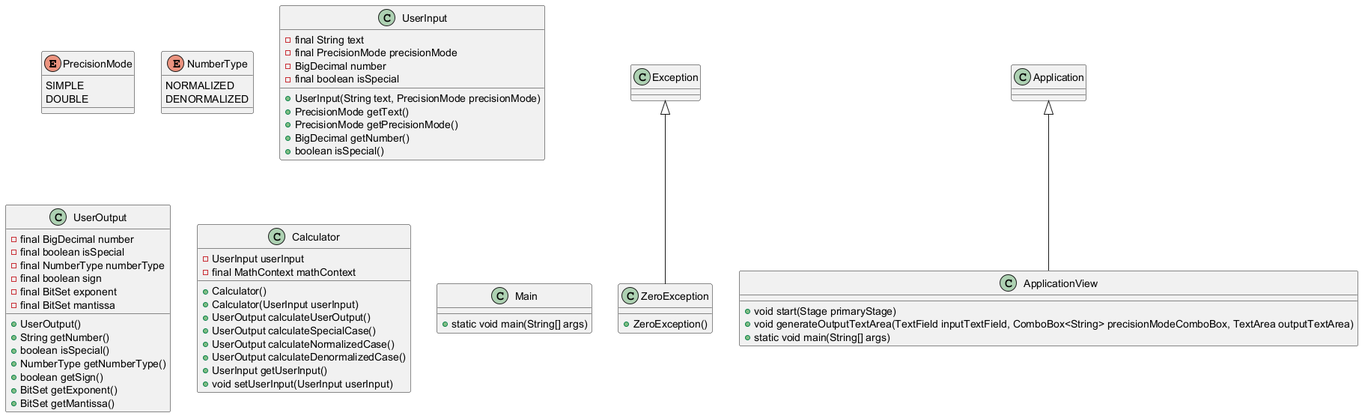
This is build/resources/main/uml.png from Jiuso1/easyP754, a PlantUML export, as it was before one commit.
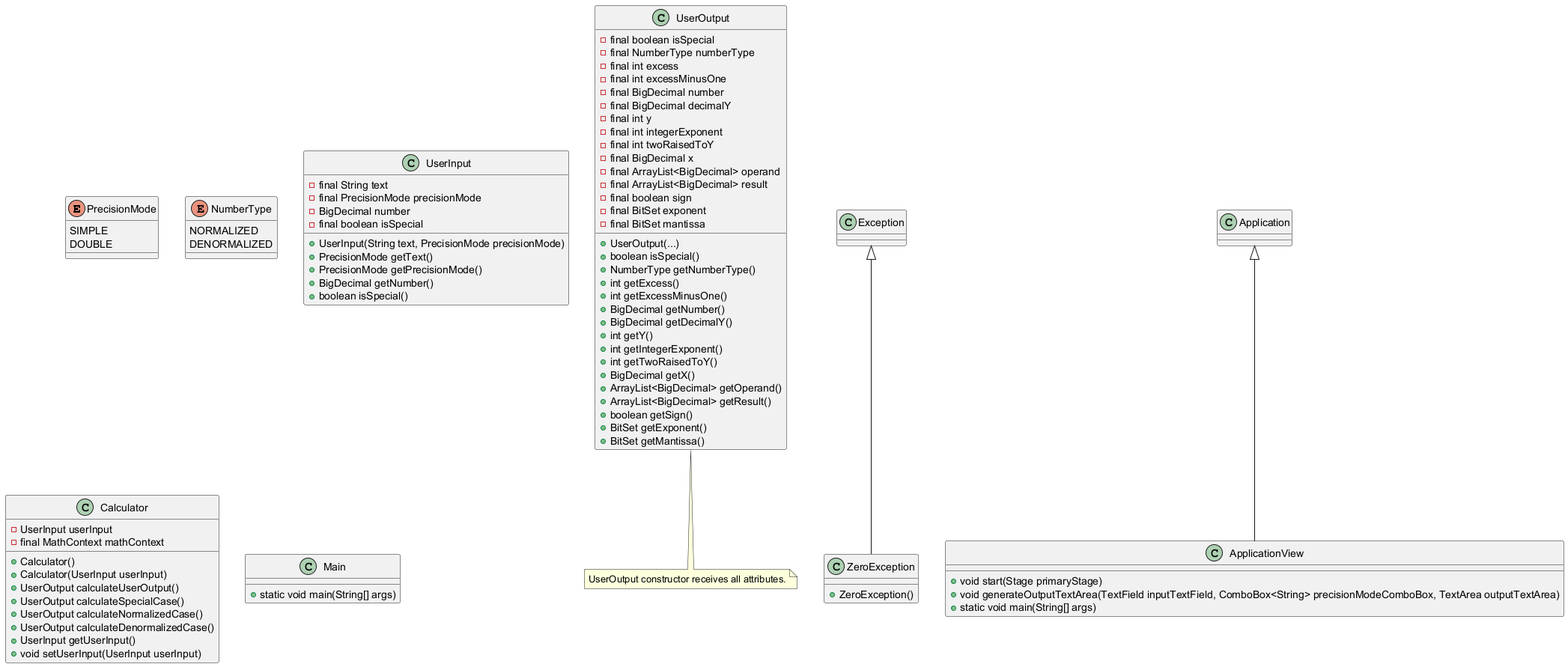
After the change.

Commit message:
UserOutput model finished!

Diff of the diagram source:
```diff
@@ -22,20 +22,40 @@
 }
 
 class UserOutput {
-    - final BigDecimal number
     - final boolean isSpecial
     - final NumberType numberType
+    - final int excess
+    - final int excessMinusOne
+    - final BigDecimal number
+    - final BigDecimal decimalY
+    - final int y
+    - final int integerExponent
+    - final int twoRaisedToY
+    - final BigDecimal x
+    - final ArrayList<BigDecimal> operand
+    - final ArrayList<BigDecimal> result
     - final boolean sign
     - final BitSet exponent
     - final BitSet mantissa
-    + UserOutput()
-    + String getNumber()
+    + UserOutput(...)
     + boolean isSpecial()
     + NumberType getNumberType()
+    + int getExcess()
+    + int getExcessMinusOne()
+    + BigDecimal getNumber()
+    + BigDecimal getDecimalY()
+    + int getY()
+    + int getIntegerExponent()
+    + int getTwoRaisedToY()
+    + BigDecimal getX()
+    + ArrayList<BigDecimal> getOperand()
+    + ArrayList<BigDecimal> getResult()
     + boolean getSign()
     + BitSet getExponent()
     + BitSet getMantissa()
 }
+
+note bottom of UserOutput : UserOutput constructor receives all attributes.
 
 class Calculator {
     - UserInput userInput
```
